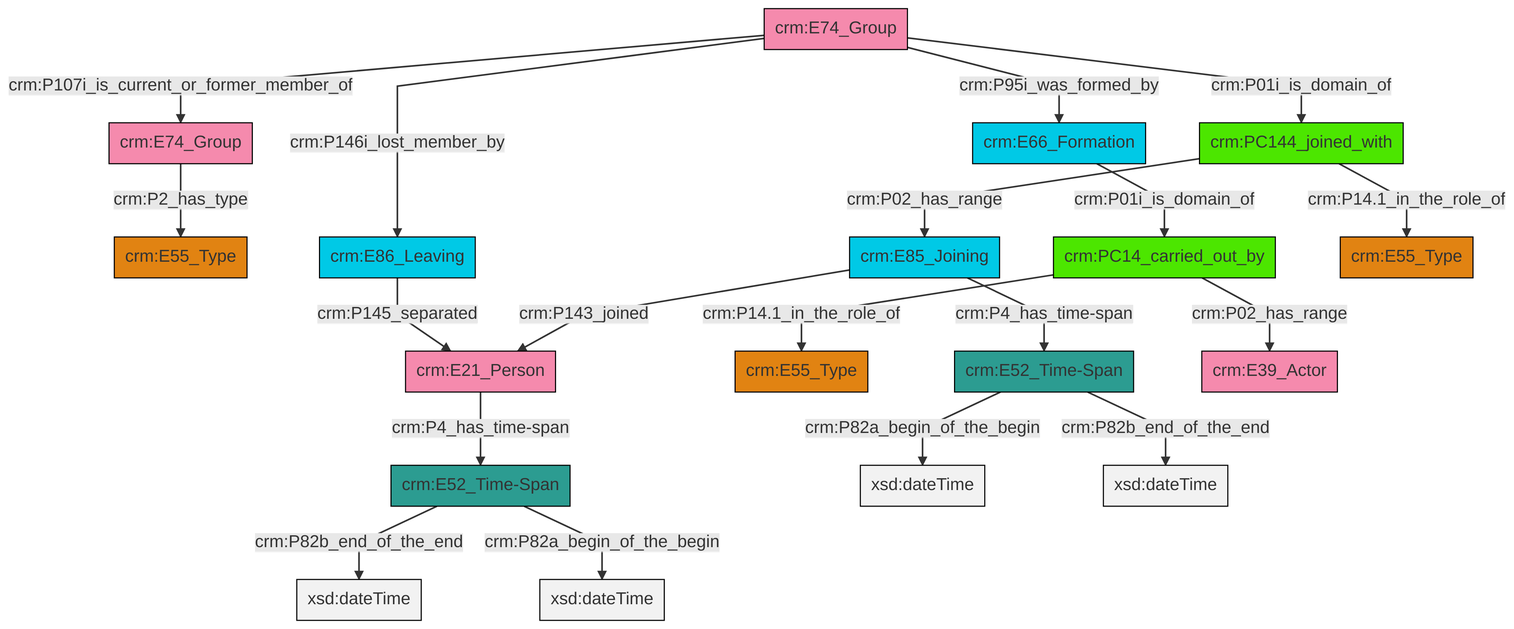
This is et/groupCSV/ttl/mmd/png/group_actor_relations.png from swiss-art-research-net/docs.swissartresearch, a Mermaid export, as it was before one commit. Its source is kept beside it as et/groupCSV/ttl/mmd/group_actor_relations.ttl.mmd.
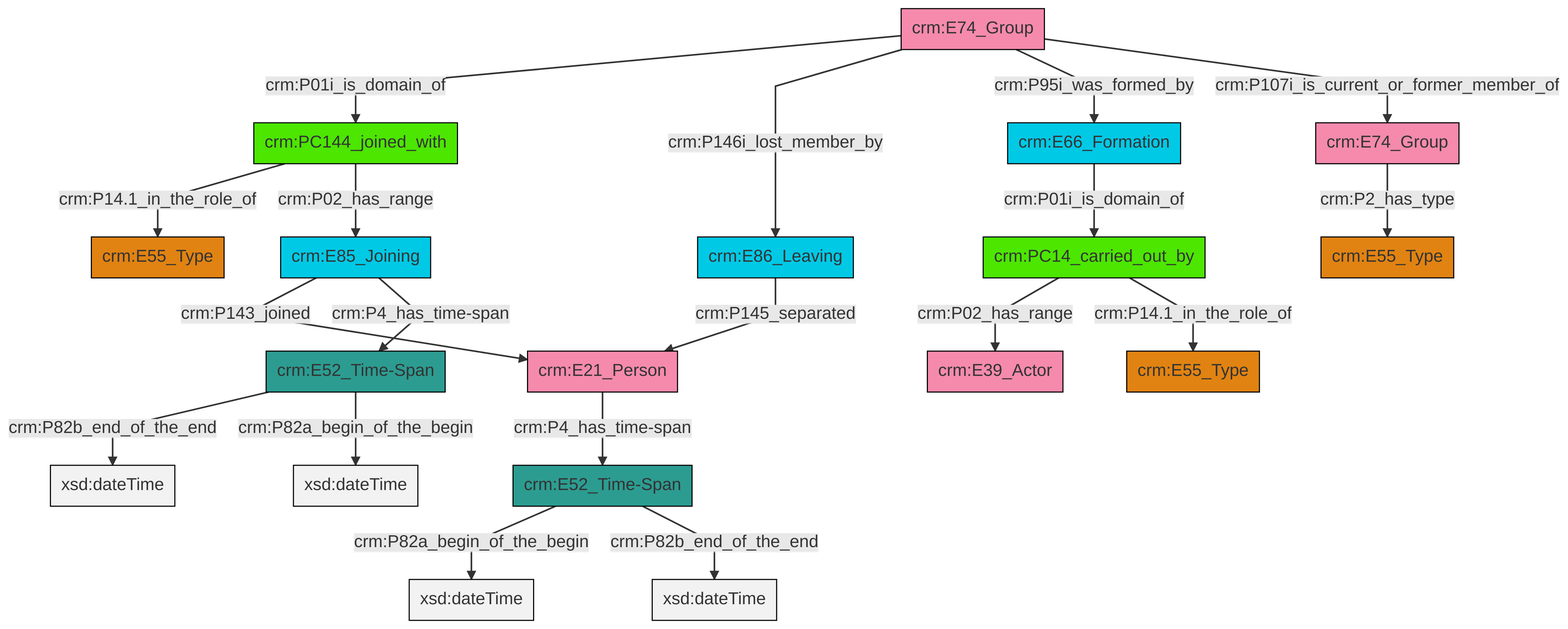
After the commit.

Change to the diagram source:
```diff
@@ -13,21 +13,21 @@
 classDef PC_Classes fill:#4ce600, stroke:#000000;
 classDef Multi fill:#cccccc,stroke:#000000;
 
-2["crm:E86_Leaving"]:::Temporal_Entity -->|crm:P145_separated| 3["crm:E21_Person"]:::Actor
-4["crm:PC14_carried_out_by"]:::PC_Classes -->|crm:P14.1_in_the_role_of| 5["crm:E55_Type"]:::Type
-6["crm:E85_Joining"]:::Temporal_Entity -->|crm:P4_has_time-span| 7["crm:E52_Time-Span"]:::Time-Span
-3["crm:E21_Person"]:::Actor -->|crm:P4_has_time-span| 13["crm:E52_Time-Span"]:::Time-Span
-15["crm:E74_Group"]:::Actor -->|crm:P146i_lost_member_by| 2["crm:E86_Leaving"]:::Temporal_Entity
-13["crm:E52_Time-Span"]:::Time-Span -->|crm:P82b_end_of_the_end| 17[xsd:dateTime]:::Literal
-11["crm:E66_Formation"]:::Temporal_Entity -->|crm:P01i_is_domain_of| 4["crm:PC14_carried_out_by"]:::PC_Classes
-19["crm:PC144_joined_with"]:::PC_Classes -->|crm:P02_has_range| 6["crm:E85_Joining"]:::Temporal_Entity
-7["crm:E52_Time-Span"]:::Time-Span -->|crm:P82a_begin_of_the_begin| 20[xsd:dateTime]:::Literal
-15["crm:E74_Group"]:::Actor -->|crm:P95i_was_formed_by| 11["crm:E66_Formation"]:::Temporal_Entity
-19["crm:PC144_joined_with"]:::PC_Classes -->|crm:P14.1_in_the_role_of| 9["crm:E55_Type"]:::Type
-21["crm:E74_Group"]:::Actor -->|crm:P2_has_type| 0["crm:E55_Type"]:::Type
-15["crm:E74_Group"]:::Actor -->|crm:P01i_is_domain_of| 19["crm:PC144_joined_with"]:::PC_Classes
-7["crm:E52_Time-Span"]:::Time-Span -->|crm:P82b_end_of_the_end| 26[xsd:dateTime]:::Literal
-4["crm:PC14_carried_out_by"]:::PC_Classes -->|crm:P02_has_range| 24["crm:E39_Actor"]:::Actor
-15["crm:E74_Group"]:::Actor -->|crm:P107i_is_current_or_former_member_of| 21["crm:E74_Group"]:::Actor
-6["crm:E85_Joining"]:::Temporal_Entity -->|crm:P143_joined| 3["crm:E21_Person"]:::Actor
-13["crm:E52_Time-Span"]:::Time-Span -->|crm:P82a_begin_of_the_begin| 32[xsd:dateTime]:::Literal
+0["crm:E74_Group"]:::Actor -->|crm:P01i_is_domain_of| 1["crm:PC144_joined_with"]:::PC_Classes
+1["crm:PC144_joined_with"]:::PC_Classes -->|crm:P14.1_in_the_role_of| 2["crm:E55_Type"]:::Type
+3["crm:E52_Time-Span"]:::Time-Span -->|crm:P82b_end_of_the_end| 4[xsd:dateTime]:::Literal
+5["crm:E66_Formation"]:::Temporal_Entity -->|crm:P01i_is_domain_of| 6["crm:PC14_carried_out_by"]:::PC_Classes
+1["crm:PC144_joined_with"]:::PC_Classes -->|crm:P02_has_range| 7["crm:E85_Joining"]:::Temporal_Entity
+0["crm:E74_Group"]:::Actor -->|crm:P146i_lost_member_by| 8["crm:E86_Leaving"]:::Temporal_Entity
+9["crm:E52_Time-Span"]:::Time-Span -->|crm:P82a_begin_of_the_begin| 10[xsd:dateTime]:::Literal
+6["crm:PC14_carried_out_by"]:::PC_Classes -->|crm:P02_has_range| 19["crm:E39_Actor"]:::Actor
+7["crm:E85_Joining"]:::Temporal_Entity -->|crm:P143_joined| 20["crm:E21_Person"]:::Actor
+0["crm:E74_Group"]:::Actor -->|crm:P95i_was_formed_by| 5["crm:E66_Formation"]:::Temporal_Entity
+9["crm:E52_Time-Span"]:::Time-Span -->|crm:P82b_end_of_the_end| 21[xsd:dateTime]:::Literal
+3["crm:E52_Time-Span"]:::Time-Span -->|crm:P82a_begin_of_the_begin| 23[xsd:dateTime]:::Literal
+0["crm:E74_Group"]:::Actor -->|crm:P107i_is_current_or_former_member_of| 24["crm:E74_Group"]:::Actor
+8["crm:E86_Leaving"]:::Temporal_Entity -->|crm:P145_separated| 20["crm:E21_Person"]:::Actor
+6["crm:PC14_carried_out_by"]:::PC_Classes -->|crm:P14.1_in_the_role_of| 17["crm:E55_Type"]:::Type
+20["crm:E21_Person"]:::Actor -->|crm:P4_has_time-span| 9["crm:E52_Time-Span"]:::Time-Span
+24["crm:E74_Group"]:::Actor -->|crm:P2_has_type| 14["crm:E55_Type"]:::Type
+7["crm:E85_Joining"]:::Temporal_Entity -->|crm:P4_has_time-span| 3["crm:E52_Time-Span"]:::Time-Span
```
